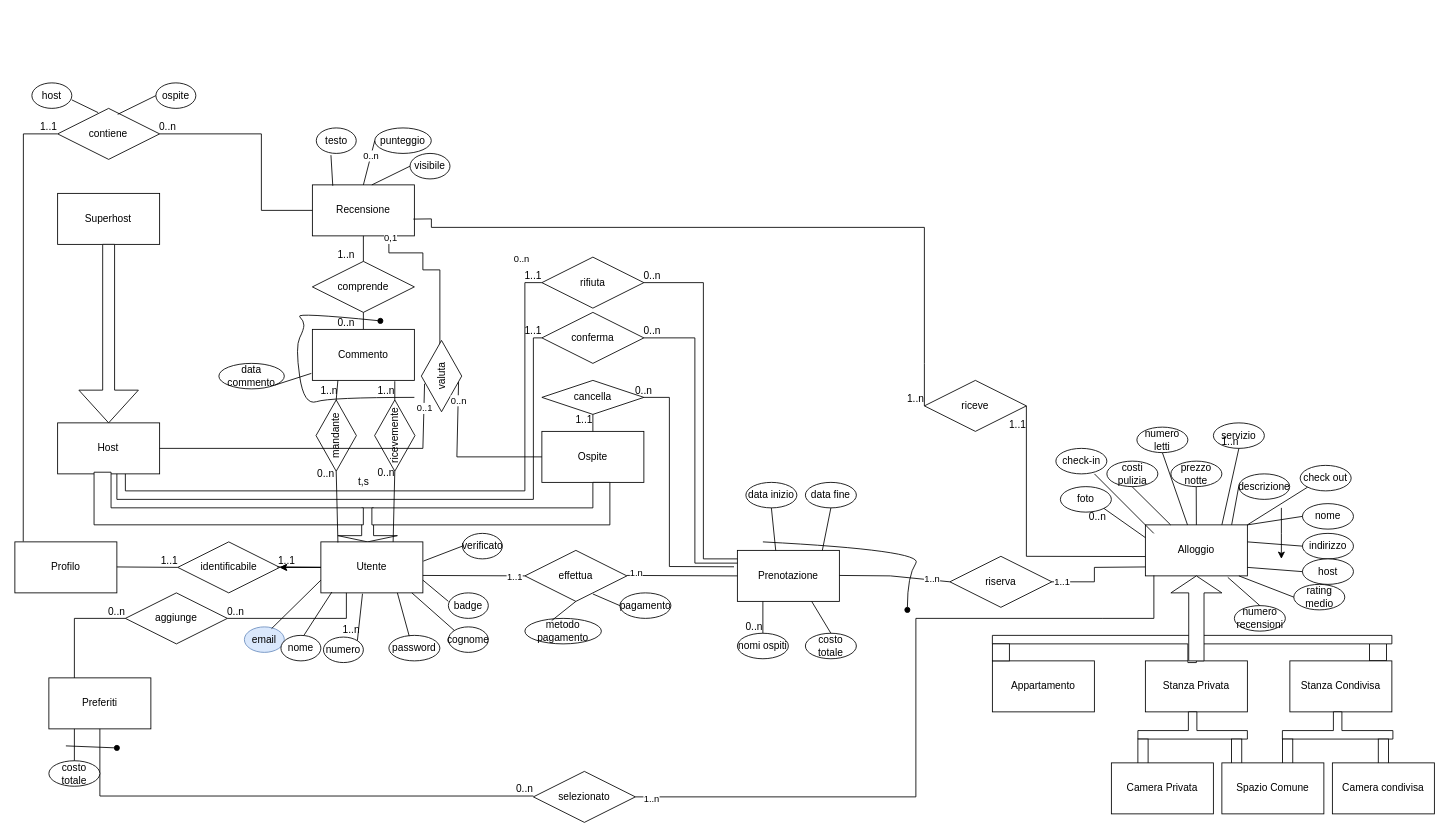
cogluca/Vacation-Rental-Database-Docs keeps this draw.io diagram as E-R Diagram v2.drawio. Above is the earlier version. Source tidied: cells renumbered, new cells numbered last; positions are measured from the earlier drawing's top-left corner, leaving out a move shared by most shapes. Both pictures are drawn from the tidied source at 85%, with x=0, y=0 at pixel (14, 82).
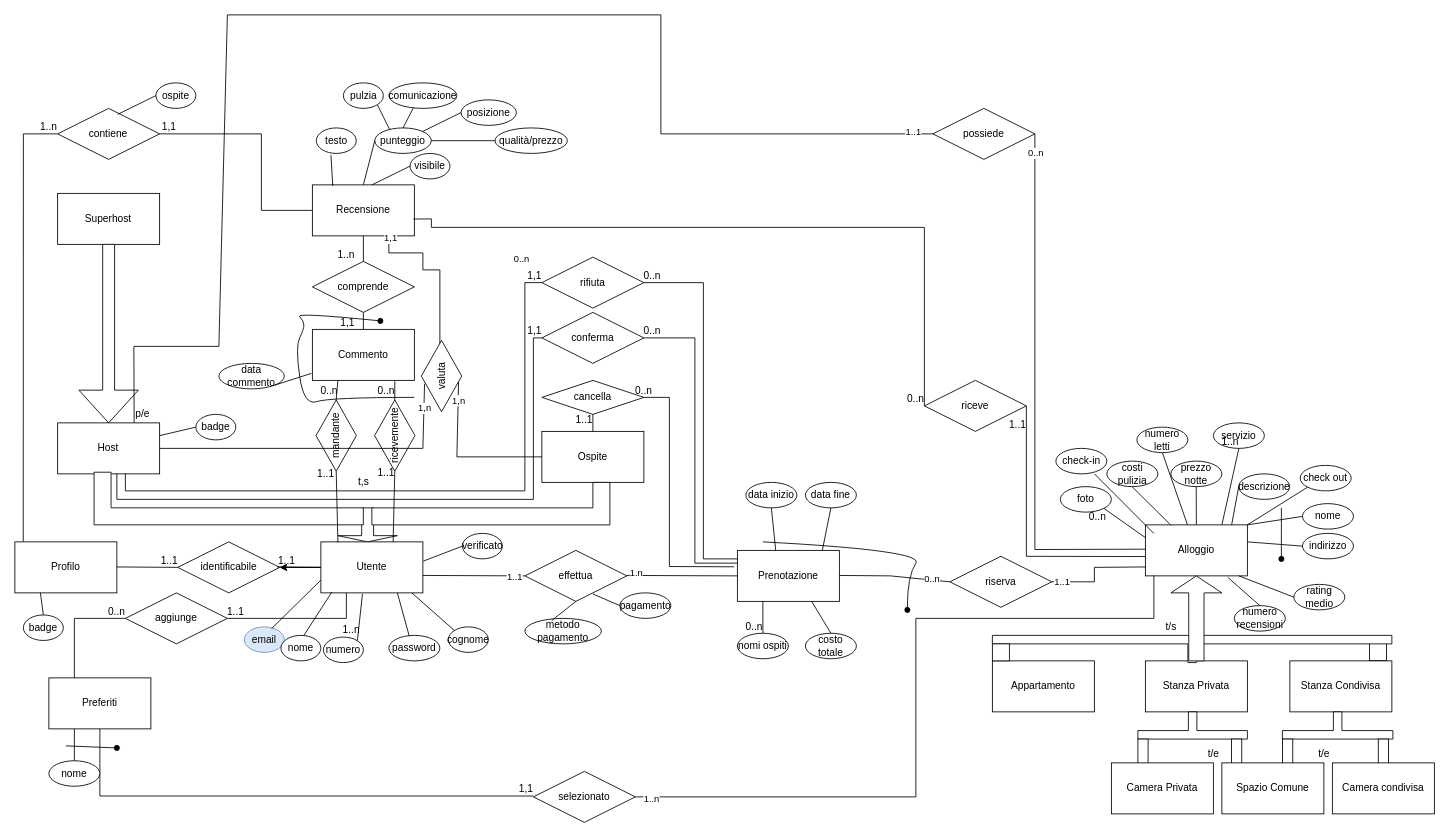
After the change.

Commit message (it also covers changes not shown here):
refactoring on Alloggio attribute (host) and fix on cardinalities

Unchanged cells that the change refers to:
```xml
<mxCell id="5" value="Host" style="rounded=0;whiteSpace=wrap;html=1;" parent="1" vertex="1">
  <mxGeometry x="50.3" y="400" width="120" height="60" as="geometry" />
</mxCell>
<mxCell id="10" value="Utente" style="rounded=0;whiteSpace=wrap;html=1;" parent="1" vertex="1">
  <mxGeometry x="360" y="540" width="120" height="60" as="geometry" />
</mxCell>
<mxCell id="16" value="Profilo" style="rounded=0;whiteSpace=wrap;html=1;" parent="1" vertex="1">
  <mxGeometry y="540" width="120" height="60" as="geometry" />
</mxCell>
<mxCell id="45" style="endArrow=none;html=1;rounded=0;entryX=0;entryY=0.5;entryDx=0;entryDy=0;" parent="1" edge="1" target="38">
  <mxGeometry relative="1" as="geometry">
    <mxPoint x="970" y="579.5" as="sourcePoint" />
    <Array as="points">
      <mxPoint x="1030" y="580" />
    </Array>
  </mxGeometry>
</mxCell>
<mxCell id="105" style="endArrow=none;html=1;rounded=0;exitX=0.25;exitY=1;exitDx=0;exitDy=0;" parent="1" edge="1" source="10">
  <mxGeometry relative="1" as="geometry">
    <mxPoint x="250" y="630" as="targetPoint" />
    <Array as="points">
      <mxPoint x="390" y="630" />
    </Array>
  </mxGeometry>
</mxCell>
<mxCell id="113" style="endArrow=none;html=1;rounded=0;exitX=0.5;exitY=1;exitDx=0;exitDy=0;" parent="1" edge="1" source="15">
  <mxGeometry relative="1" as="geometry">
    <mxPoint x="610" y="839" as="targetPoint" />
    <Array as="points">
      <mxPoint x="100" y="839" />
    </Array>
  </mxGeometry>
</mxCell>
<mxCell id="123" style="endArrow=none;html=1;rounded=0;entryX=0;entryY=0.5;entryDx=0;entryDy=0;" parent="1" edge="1" target="117">
  <mxGeometry relative="1" as="geometry">
    <mxPoint x="120" y="460" as="sourcePoint" />
    <Array as="points">
      <mxPoint x="120" y="490" />
      <mxPoint x="610" y="490" />
      <mxPoint x="610" y="300" />
    </Array>
  </mxGeometry>
</mxCell>
<mxCell id="125" style="endArrow=none;html=1;rounded=0;entryX=0;entryY=0.5;entryDx=0;entryDy=0;exitX=0.664;exitY=1;exitDx=0;exitDy=0;exitPerimeter=0;" parent="1" edge="1" source="5" target="120">
  <mxGeometry relative="1" as="geometry">
    <Array as="points">
      <mxPoint x="130" y="480" />
      <mxPoint x="600" y="480" />
      <mxPoint x="600" y="235" />
    </Array>
  </mxGeometry>
</mxCell>
<mxCell id="132" value="contiene" style="shape=rhombus;perimeter=rhombusPerimeter;whiteSpace=wrap;html=1;align=center;" parent="1" vertex="1">
  <mxGeometry x="50.3" y="30" width="120" height="60" as="geometry" />
</mxCell>
<mxCell id="133" style="endArrow=none;html=1;rounded=0;entryX=1;entryY=0.5;entryDx=0;entryDy=0;exitX=0;exitY=0.5;exitDx=0;exitDy=0;" parent="1" edge="1" source="12" target="132">
  <mxGeometry relative="1" as="geometry">
    <Array as="points">
      <mxPoint x="290" y="150" />
      <mxPoint x="290" y="60" />
    </Array>
  </mxGeometry>
</mxCell>
<mxCell id="135" style="endArrow=none;html=1;rounded=0;exitX=0.082;exitY=-0.008;exitDx=0;exitDy=0;exitPerimeter=0;" parent="1" edge="1" source="16">
  <mxGeometry relative="1" as="geometry">
    <mxPoint x="50" y="60" as="targetPoint" />
    <Array as="points">
      <mxPoint x="10" y="60" />
    </Array>
  </mxGeometry>
</mxCell>
<mxCell id="144" style="endArrow=none;html=1;rounded=0;entryX=0.5;entryY=1;entryDx=0;entryDy=0;startArrow=none;" parent="1" edge="1" source="148" target="137">
  <mxGeometry relative="1" as="geometry" />
</mxCell>
<mxCell id="151" style="endArrow=none;html=1;rounded=0;exitX=1;exitY=0.5;exitDx=0;exitDy=0;entryX=0.25;entryY=1;entryDx=0;entryDy=0;" parent="1" edge="1" source="150" target="148">
  <mxGeometry relative="1" as="geometry" />
</mxCell>
<mxCell id="154" style="endArrow=none;html=1;rounded=0;exitX=1;exitY=0.5;exitDx=0;exitDy=0;entryX=0.808;entryY=1.017;entryDx=0;entryDy=0;entryPerimeter=0;" parent="1" edge="1" source="149" target="148">
  <mxGeometry relative="1" as="geometry" />
</mxCell>
<mxCell id="156" style="endArrow=none;html=1;rounded=0;entryX=0;entryY=0.5;entryDx=0;entryDy=0;" parent="1" edge="1" target="149">
  <mxGeometry relative="1" as="geometry">
    <mxPoint x="445" y="540" as="sourcePoint" />
  </mxGeometry>
</mxCell>
<mxCell id="158" style="endArrow=none;html=1;rounded=0;exitX=0.167;exitY=0.012;exitDx=0;exitDy=0;exitPerimeter=0;entryX=0;entryY=0.5;entryDx=0;entryDy=0;" parent="1" edge="1" source="10" target="150">
  <mxGeometry relative="1" as="geometry" />
</mxCell>
<mxCell id="160" style="endArrow=none;html=1;rounded=0;entryX=0;entryY=0.5;entryDx=0;entryDy=0;exitX=0.99;exitY=0.671;exitDx=0;exitDy=0;exitPerimeter=0;" parent="1" edge="1" source="12" target="109">
  <mxGeometry relative="1" as="geometry">
    <Array as="points">
      <mxPoint x="490" y="160" />
      <mxPoint x="490" y="170" />
      <mxPoint x="1070" y="170" />
      <mxPoint x="1070" y="330" />
    </Array>
  </mxGeometry>
</mxCell>
<mxCell id="167" value="punteggio" style="ellipse;whiteSpace=wrap;html=1;align=center;" parent="1" vertex="1">
  <mxGeometry x="423.4" y="53" width="66.5" height="30" as="geometry" />
</mxCell>
<mxCell id="168" style="endArrow=none;html=1;rounded=0;entryX=0;entryY=0.5;entryDx=0;entryDy=0;exitX=0.5;exitY=0;exitDx=0;exitDy=0;" parent="1" edge="1" source="12" target="167">
  <mxGeometry relative="1" as="geometry" />
</mxCell>
<mxCell id="176" style="endArrow=none;html=1;rounded=0;entryX=0.75;entryY=1;entryDx=0;entryDy=0;" parent="1" edge="1" target="12">
  <mxGeometry relative="1" as="geometry">
    <mxPoint x="500" y="310" as="sourcePoint" />
    <Array as="points">
      <mxPoint x="500" y="310" />
      <mxPoint x="500" y="220" />
      <mxPoint x="480" y="220" />
      <mxPoint x="480" y="200" />
      <mxPoint x="440" y="200" />
    </Array>
  </mxGeometry>
</mxCell>
<mxCell id="183" style="endArrow=none;html=1;rounded=0;entryX=0.417;entryY=0.922;entryDx=0;entryDy=0;entryPerimeter=0;exitX=0;exitY=0.5;exitDx=0;exitDy=0;" parent="1" edge="1" source="6" target="182">
  <mxGeometry relative="1" as="geometry">
    <Array as="points">
      <mxPoint x="520" y="440" />
    </Array>
  </mxGeometry>
</mxCell>
<mxCell id="185" style="endArrow=none;html=1;rounded=0;exitX=1;exitY=0.5;exitDx=0;exitDy=0;entryX=0.393;entryY=0.08;entryDx=0;entryDy=0;entryPerimeter=0;" parent="1" edge="1" source="5" target="182">
  <mxGeometry relative="1" as="geometry">
    <Array as="points">
      <mxPoint x="480" y="430" />
    </Array>
  </mxGeometry>
</mxCell>
```

What changed in the source:
```diff
@@
-    <mxCell id="46" value="1..n" style="edgeLabel;html=1;align=center;verticalAlign=middle;" parent="45" vertex="1">
+    <mxCell id="46" value="0..n" style="edgeLabel;html=1;align=center;verticalAlign=middle;" parent="45" vertex="1">
       <mxGeometry x="0.67" y="1" relative="1" as="geometry" />
     </mxCell>
@@
-    <mxCell id="88" value="host" style="ellipse;whiteSpace=wrap;html=1;align=center;" parent="1" vertex="1">
-      <mxGeometry x="1514.8" y="560" width="60" height="30" as="geometry" />
-    </mxCell>
-    <mxCell id="89" style="endArrow=none;html=1;rounded=0;entryX=0;entryY=0.5;entryDx=0;entryDy=0;exitX=1;exitY=0.5;exitDx=0;exitDy=0;" parent="1" edge="1" target="88">
-      <mxGeometry relative="1" as="geometry">
-        <mxPoint x="1450" y="570" as="sourcePoint" />
-      </mxGeometry>
-    </mxCell>
@@
-    <mxCell id="106" value="0..n" style="html=1;align=right;verticalAlign=bottom;" parent="105" vertex="1">
+    <mxCell id="106" value="1..1" style="html=1;align=right;verticalAlign=bottom;" parent="105" vertex="1">
       <mxGeometry x="1" relative="1" as="geometry">
         <mxPoint x="20" as="offset" />
       </mxGeometry>
     </mxCell>
@@
-    <mxCell id="114" value="0..n" style="html=1;align=right;verticalAlign=bottom;" parent="113" vertex="1">
+    <mxCell id="114" value="1,1" style="html=1;align=right;verticalAlign=bottom;" parent="113" vertex="1">
       <mxGeometry x="1" relative="1" as="geometry" />
     </mxCell>
-    <mxCell id="115" style="endArrow=none;html=1;rounded=0;exitX=1;exitY=0.75;exitDx=0;exitDy=0;" parent="1" edge="1" source="10">
-      <mxGeometry relative="1" as="geometry">
-        <mxPoint x="510" y="610" as="targetPoint" />
-        <Array as="points">
-          <mxPoint x="510" y="610" />
-        </Array>
-      </mxGeometry>
-    </mxCell>
     <mxCell id="116" value="badge" style="ellipse;whiteSpace=wrap;html=1;align=center;" parent="1" vertex="1">
-      <mxGeometry x="510" y="600" width="47" height="30" as="geometry" />
+      <mxGeometry x="212.9" y="390" width="47" height="30" as="geometry" />
     </mxCell>
@@
-    <mxCell id="124" value="1..1" style="html=1;align=right;verticalAlign=bottom;" parent="123" vertex="1">
+    <mxCell id="124" value="1,1" style="html=1;align=right;verticalAlign=bottom;" parent="123" vertex="1">
       <mxGeometry x="1" relative="1" as="geometry" />
     </mxCell>
@@
-    <mxCell id="126" value="1..1" style="html=1;align=right;verticalAlign=bottom;" parent="125" vertex="1">
+    <mxCell id="126" value="1,1" style="html=1;align=right;verticalAlign=bottom;" parent="125" vertex="1">
       <mxGeometry x="1" relative="1" as="geometry" />
     </mxCell>
@@
-    <mxCell id="134" value="0..n" style="html=1;align=right;verticalAlign=bottom;" parent="133" vertex="1">
+    <mxCell id="134" value="1,1" style="html=1;align=right;verticalAlign=bottom;" parent="133" vertex="1">
       <mxGeometry x="1" relative="1" as="geometry">
         <mxPoint x="20" as="offset" />
       </mxGeometry>
     </mxCell>
@@
-    <mxCell id="136" value="1..1" style="html=1;align=right;verticalAlign=bottom;" parent="135" vertex="1">
+    <mxCell id="136" value="1..n" style="html=1;align=right;verticalAlign=bottom;" parent="135" vertex="1">
       <mxGeometry x="1" relative="1" as="geometry" />
     </mxCell>
@@
-    <mxCell id="140" value="host" style="ellipse;whiteSpace=wrap;html=1;align=center;" parent="1" vertex="1">
-      <mxGeometry x="20" width="47" height="30" as="geometry" />
-    </mxCell>
-    <mxCell id="141" style="endArrow=none;html=1;rounded=0;exitX=0.397;exitY=0.083;exitDx=0;exitDy=0;exitPerimeter=0;" parent="1" edge="1" source="132">
-      <mxGeometry relative="1" as="geometry">
-        <mxPoint x="67" y="20" as="targetPoint" />
-      </mxGeometry>
-    </mxCell>
@@
-    <mxCell id="145" value="0..n" style="html=1;align=right;verticalAlign=bottom;" parent="144" vertex="1">
+    <mxCell id="145" value="1,1" style="html=1;align=right;verticalAlign=bottom;" parent="144" vertex="1">
       <mxGeometry x="1" relative="1" as="geometry">
         <mxPoint x="-10" y="20" as="offset" />
       </mxGeometry>
     </mxCell>
@@
-    <mxCell id="152" value="1..n" style="html=1;align=right;verticalAlign=bottom;" parent="151" vertex="1">
+    <mxCell id="152" value="0..n" style="html=1;align=right;verticalAlign=bottom;" parent="151" vertex="1">
       <mxGeometry x="1" relative="1" as="geometry">
         <mxPoint y="20" as="offset" />
       </mxGeometry>
     </mxCell>
@@
-    <mxCell id="155" value="1..n" style="html=1;align=right;verticalAlign=bottom;" parent="154" vertex="1">
+    <mxCell id="155" value="0..n" style="html=1;align=right;verticalAlign=bottom;" parent="154" vertex="1">
       <mxGeometry x="1" relative="1" as="geometry">
         <mxPoint y="20" as="offset" />
       </mxGeometry>
     </mxCell>
@@
-    <mxCell id="157" value="0..n" style="html=1;align=right;verticalAlign=bottom;" parent="156" vertex="1">
+    <mxCell id="157" value="1..1" style="html=1;align=right;verticalAlign=bottom;" parent="156" vertex="1">
       <mxGeometry x="1" relative="1" as="geometry">
         <mxPoint y="10" as="offset" />
       </mxGeometry>
     </mxCell>
@@
-    <mxCell id="159" value="0..n" style="html=1;align=right;verticalAlign=bottom;" parent="158" vertex="1">
+    <mxCell id="159" value="1..1" style="html=1;align=right;verticalAlign=bottom;" parent="158" vertex="1">
       <mxGeometry x="1" relative="1" as="geometry">
         <mxPoint x="-2" y="11" as="offset" />
       </mxGeometry>
     </mxCell>
@@
-    <mxCell id="161" value="1..n" style="html=1;align=right;verticalAlign=bottom;fillColor=default;" parent="160" vertex="1">
+    <mxCell id="161" value="0..n" style="html=1;align=right;verticalAlign=bottom;fillColor=default;" parent="160" vertex="1">
       <mxGeometry x="1" relative="1" as="geometry" />
     </mxCell>
@@
-    <mxCell id="165" style="endArrow=classic;html=1;rounded=0;" parent="1" edge="1">
+    <mxCell id="165" style="endArrow=oval;html=1;rounded=0;endFill=1;" parent="1" edge="1">
       <mxGeometry relative="1" as="geometry">
         <mxPoint x="1490" y="500" as="sourcePoint" />
         <mxPoint x="1490" y="560" as="targetPoint" />
         <Array as="points">
           <mxPoint x="1490" y="530" />
         </Array>
       </mxGeometry>
     </mxCell>
@@
-    <mxCell id="169" value="0..n" style="edgeLabel;html=1;align=center;verticalAlign=middle;" parent="168" vertex="1">
-      <mxGeometry x="0.35" relative="1" as="geometry" />
-    </mxCell>
@@
-    <mxCell id="177" value="0,1" style="edgeLabel;html=1;align=center;verticalAlign=middle;" parent="176" vertex="1">
+    <mxCell id="177" value="1,1" style="edgeLabel;html=1;align=center;verticalAlign=middle;" parent="176" vertex="1">
       <mxGeometry x="0.98" y="-1" relative="1" as="geometry" />
     </mxCell>
@@
-    <mxCell id="180" value="costo totale" style="ellipse;whiteSpace=wrap;html=1;align=center;" parent="1" vertex="1">
+    <mxCell id="180" value="nome" style="ellipse;whiteSpace=wrap;html=1;align=center;" parent="1" vertex="1">
       <mxGeometry x="40" y="797.5" width="60" height="30" as="geometry" />
     </mxCell>
@@
-    <mxCell id="184" value="0..n" style="edgeLabel;html=1;align=center;verticalAlign=middle;" parent="183" vertex="1">
+    <mxCell id="184" value="1,n" style="edgeLabel;html=1;align=center;verticalAlign=middle;" parent="183" vertex="1">
       <mxGeometry x="0.78" relative="1" as="geometry" />
     </mxCell>
@@
-    <mxCell id="186" value="0..1" style="edgeLabel;html=1;align=center;verticalAlign=middle;" parent="185" vertex="1">
+    <mxCell id="186" value="1,n" style="edgeLabel;html=1;align=center;verticalAlign=middle;" parent="185" vertex="1">
       <mxGeometry x="0.85" relative="1" as="geometry" />
     </mxCell>
+    <mxCell id="187" value="t/s" style="text;html=1;align=center;verticalAlign=middle;strokeColor=none;fillColor=none;" parent="1" vertex="1">
+      <mxGeometry x="1340" y="625" width="40" height="30" as="geometry" />
+    </mxCell>
+    <mxCell id="188" value="t/e" style="text;html=1;align=center;verticalAlign=middle;strokeColor=none;fillColor=none;" parent="1" vertex="1">
+      <mxGeometry x="1390" y="775" width="40" height="30" as="geometry" />
+    </mxCell>
+    <mxCell id="189" value="t/e" style="text;html=1;align=center;verticalAlign=middle;strokeColor=none;fillColor=none;" parent="1" vertex="1">
+      <mxGeometry x="1520" y="775" width="40" height="30" as="geometry" />
+    </mxCell>
+    <mxCell id="190" value="badge" style="ellipse;whiteSpace=wrap;html=1;align=center;" parent="1" vertex="1">
+      <mxGeometry x="10" y="626" width="47" height="30" as="geometry" />
+    </mxCell>
+    <mxCell id="191" style="endArrow=none;html=1;rounded=0;entryX=0.25;entryY=1;entryDx=0;entryDy=0;exitX=0.5;exitY=0;exitDx=0;exitDy=0;" parent="1" edge="1" source="190" target="16">
+      <mxGeometry relative="1" as="geometry" />
+    </mxCell>
+    <mxCell id="192" value="p/e" style="text;html=1;align=center;verticalAlign=middle;strokeColor=none;fillColor=none;" parent="1" vertex="1">
+      <mxGeometry x="130" y="375" width="40" height="30" as="geometry" />
+    </mxCell>
+    <mxCell id="193" style="endArrow=none;html=1;rounded=0;exitX=1;exitY=0.25;exitDx=0;exitDy=0;entryX=0;entryY=0.5;entryDx=0;entryDy=0;" parent="1" edge="1" source="5" target="116">
+      <mxGeometry relative="1" as="geometry" />
+    </mxCell>
+    <mxCell id="194" style="endArrow=none;html=1;rounded=0;exitX=0.264;exitY=0.067;exitDx=0;exitDy=0;exitPerimeter=0;entryX=1;entryY=1;entryDx=0;entryDy=0;" parent="1" edge="1" source="167" target="195">
+      <mxGeometry relative="1" as="geometry" />
+    </mxCell>
+    <mxCell id="195" value="pulzia" style="ellipse;whiteSpace=wrap;html=1;align=center;" parent="1" vertex="1">
+      <mxGeometry x="386.5" width="47" height="30" as="geometry" />
+    </mxCell>
+    <mxCell id="196" style="endArrow=none;html=1;rounded=0;exitX=0.5;exitY=0;exitDx=0;exitDy=0;entryX=0.362;entryY=0.967;entryDx=0;entryDy=0;entryPerimeter=0;" parent="1" edge="1" source="167" target="197">
+      <mxGeometry relative="1" as="geometry" />
+    </mxCell>
+    <mxCell id="197" value="comunicazione" style="ellipse;whiteSpace=wrap;html=1;align=center;" parent="1" vertex="1">
+      <mxGeometry x="440" width="80" height="30" as="geometry" />
+    </mxCell>
+    <mxCell id="198" value="posizione" style="ellipse;whiteSpace=wrap;html=1;align=center;" parent="1" vertex="1">
+      <mxGeometry x="524.9" y="20" width="65.1" height="30" as="geometry" />
+    </mxCell>
+    <mxCell id="199" style="endArrow=none;html=1;rounded=0;entryX=0;entryY=0.5;entryDx=0;entryDy=0;exitX=0.589;exitY=0.117;exitDx=0;exitDy=0;exitPerimeter=0;" parent="1" edge="1" target="198">
+      <mxGeometry relative="1" as="geometry">
+        <mxPoint x="480" y="57" as="sourcePoint" />
+      </mxGeometry>
+    </mxCell>
+    <mxCell id="200" value="qualità/prezzo" style="ellipse;whiteSpace=wrap;html=1;align=center;" parent="1" vertex="1">
+      <mxGeometry x="564.9" y="53" width="85.1" height="30" as="geometry" />
+    </mxCell>
+    <mxCell id="201" style="endArrow=none;html=1;rounded=0;entryX=0;entryY=0.5;entryDx=0;entryDy=0;exitX=1;exitY=0.5;exitDx=0;exitDy=0;" parent="1" edge="1" source="167" target="200">
+      <mxGeometry relative="1" as="geometry" />
+    </mxCell>
+    <mxCell id="202" style="endArrow=none;html=1;rounded=0;" parent="1" edge="1">
+      <mxGeometry relative="1" as="geometry">
+        <mxPoint x="1200" y="60" as="sourcePoint" />
+        <mxPoint x="1330" y="548.6" as="targetPoint" />
+        <Array as="points">
+          <mxPoint x="1200" y="549" />
+        </Array>
+      </mxGeometry>
+    </mxCell>
+    <mxCell id="169" value="0..n" style="edgeLabel;html=1;align=center;verticalAlign=middle;" parent="202" vertex="1">
+      <mxGeometry x="-0.93" relative="1" as="geometry" />
+    </mxCell>
+    <mxCell id="203" value="possiede" style="shape=rhombus;perimeter=rhombusPerimeter;whiteSpace=wrap;html=1;align=center;" parent="1" vertex="1">
+      <mxGeometry x="1080" y="30" width="120" height="60" as="geometry" />
+    </mxCell>
+    <mxCell id="204" style="endArrow=none;html=1;rounded=0;entryX=0;entryY=0.5;entryDx=0;entryDy=0;exitX=0.75;exitY=0;exitDx=0;exitDy=0;" parent="1" edge="1" target="203">
+      <mxGeometry relative="1" as="geometry">
+        <mxPoint x="140.3" y="400" as="sourcePoint" />
+        <Array as="points">
+          <mxPoint x="140" y="310" />
+          <mxPoint x="240" y="310" />
+          <mxPoint x="250" y="-80" />
+          <mxPoint x="760" y="-80" />
+          <mxPoint x="760" y="60" />
+        </Array>
+      </mxGeometry>
+    </mxCell>
+    <mxCell id="205" value="1..1" style="edgeLabel;html=1;align=center;verticalAlign=middle;" parent="204" vertex="1">
+      <mxGeometry x="0.97" y="3" relative="1" as="geometry" />
+    </mxCell>
```
